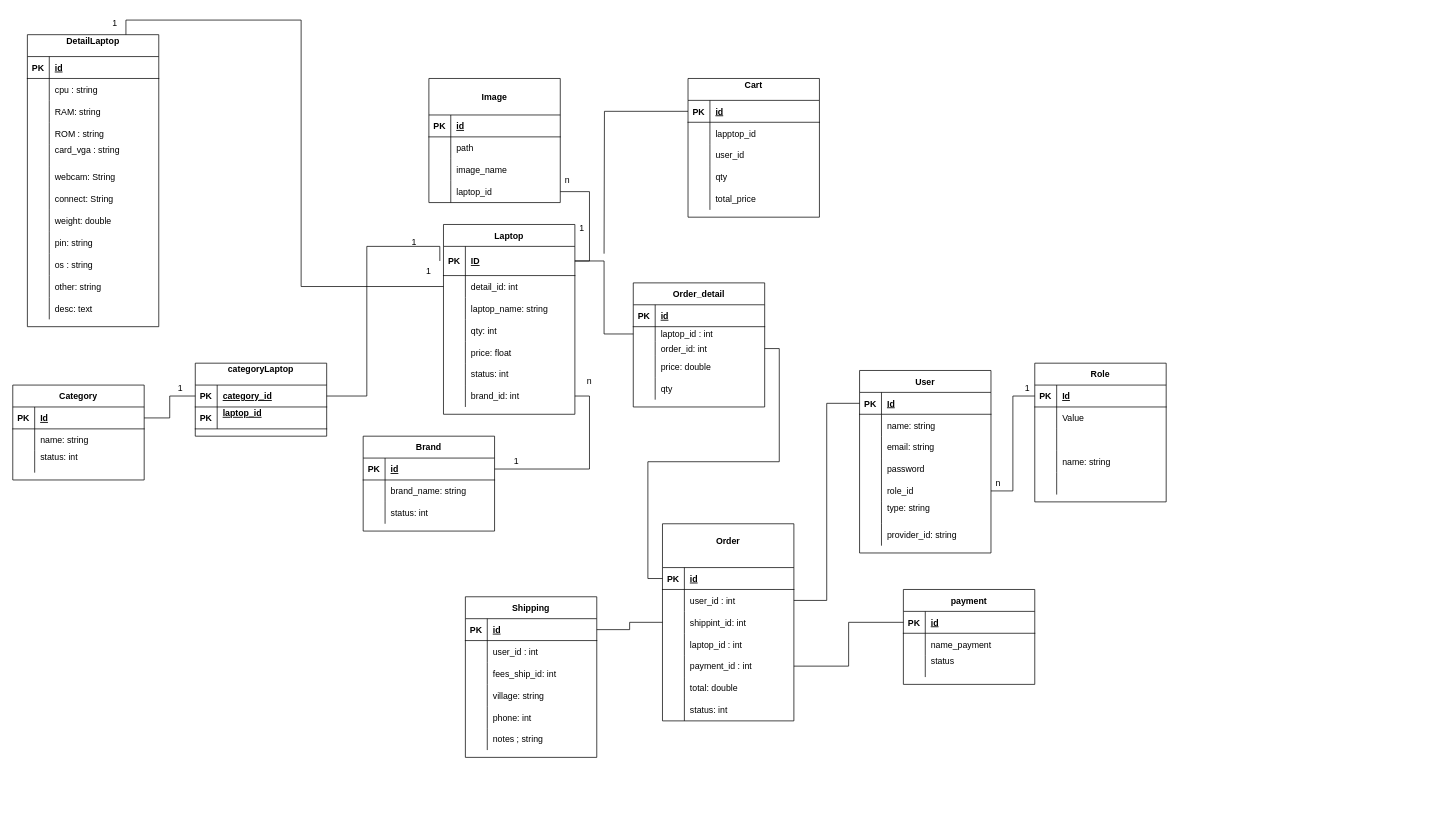
Earlier version of the draw.io diagram diagram_database.drawio (Hanh2k3/api-shopLaptop). Source tidied: cells renumbered, new cells numbered last; positions are measured from the earlier drawing's top-left corner, leaving out a move shared by most shapes. Both pictures are drawn from the tidied source at 73%, with x=0, y=0 at pixel (12, 12).
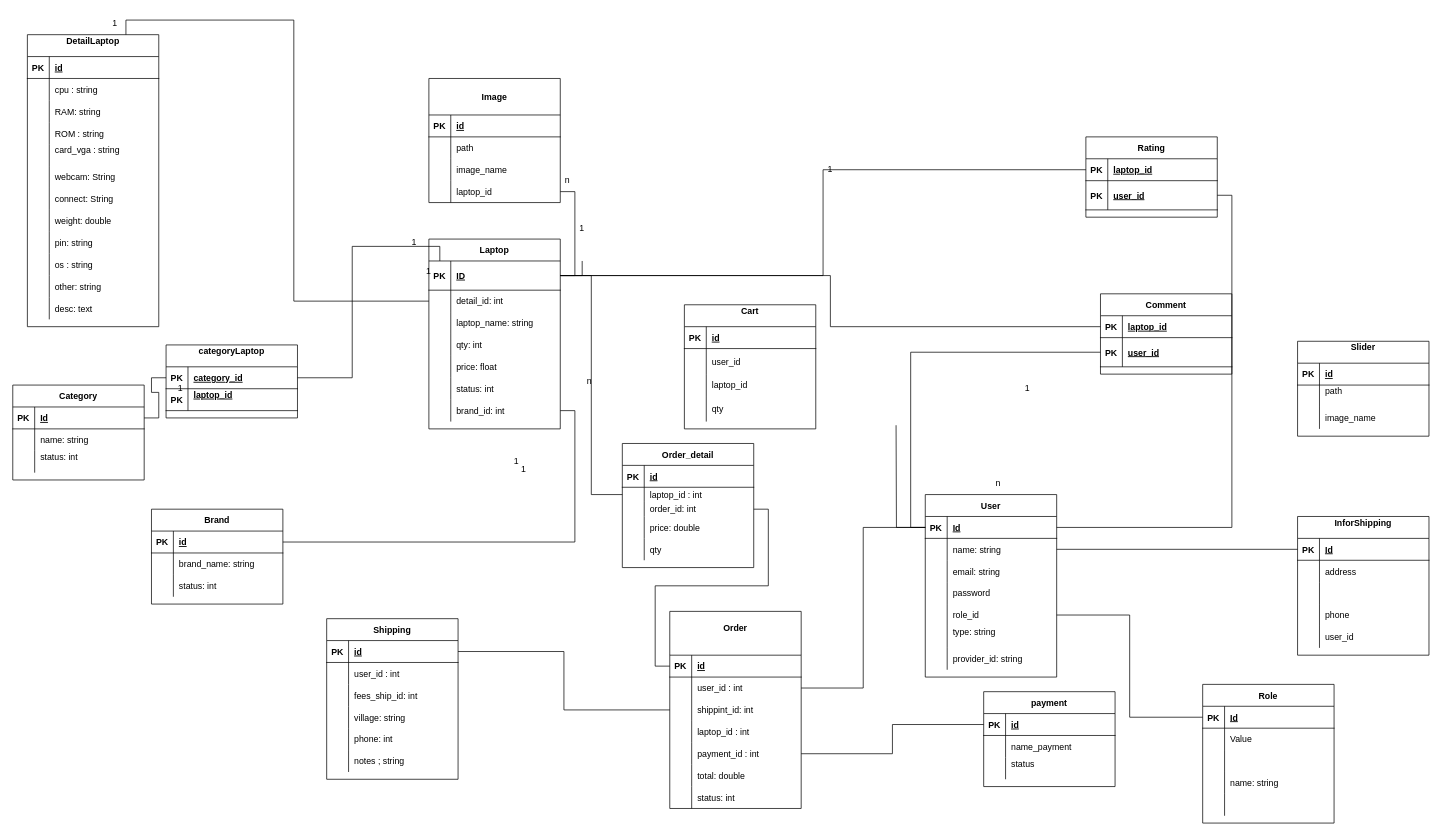
After the change.

Unchanged cells that the change refers to:
```xml
<mxCell id="3" style="shape=partialRectangle;fillColor=none;top=0;left=0;bottom=1;right=0;points=[[0,0.5],[1,0.5]];portConstraint=eastwest;" parent="2" vertex="1">
  <mxGeometry y="30" width="180" height="30" as="geometry" />
</mxCell>
<mxCell id="6" style="shape=partialRectangle;fillColor=none;top=0;left=0;bottom=0;right=0;points=[[0,0.5],[1,0.5]];portConstraint=eastwest;" parent="2" vertex="1">
  <mxGeometry y="60" width="180" height="30" as="geometry" />
</mxCell>
<mxCell id="41" style="shape=partialRectangle;fillColor=none;top=0;left=0;bottom=1;right=0;points=[[0,0.5],[1,0.5]];portConstraint=eastwest;" parent="40" vertex="1">
  <mxGeometry y="30" width="180" height="30" as="geometry" />
</mxCell>
<mxCell id="77" style="shape=partialRectangle;fillColor=none;top=0;left=0;bottom=1;right=0;points=[[0,0.5],[1,0.5]];portConstraint=eastwest;" parent="76" vertex="1">
  <mxGeometry y="30" width="180" height="40" as="geometry" />
</mxCell>
```

Diff of the diagram source:
```diff
@@
     <mxCell id="2" value="User" style="shape=table;startSize=30;childLayout=tableLayout;rowLines=0;fontStyle=1;align=center;" parent="1" vertex="1">
-      <mxGeometry x="1160" y="490" width="180" height="250" as="geometry" />
+      <mxGeometry x="1250" y="660" width="180" height="250" as="geometry" />
     </mxCell>
@@
     <mxCell id="24" value="Role" style="shape=table;startSize=30;childLayout=tableLayout;rowLines=0;fontStyle=1;align=center;" parent="1" vertex="1">
-      <mxGeometry x="1400" y="480" width="180" height="190" as="geometry" />
+      <mxGeometry x="1630" y="920" width="180" height="190" as="geometry" />
     </mxCell>
@@
     <mxCell id="40" value="Cart&#10;" style="shape=table;startSize=30;childLayout=tableLayout;rowLines=0;fontStyle=1;align=center;" parent="1" vertex="1">
-      <mxGeometry x="925" y="90" width="180" height="190" as="geometry" />
+      <mxGeometry x="920" y="400" width="180" height="170" as="geometry" />
     </mxCell>
@@
     <mxCell id="44" style="shape=partialRectangle;fillColor=none;top=0;left=0;bottom=0;right=0;" parent="40" vertex="1">
-      <mxGeometry y="60" width="180" height="30" as="geometry" />
+      <mxGeometry y="60" width="180" height="35" as="geometry" />
     </mxCell>
     <mxCell id="45" style="shape=partialRectangle;fillColor=none;top=0;left=0;bottom=0;right=0;overflow=hidden;" parent="44" vertex="1">
-      <mxGeometry width="30" height="30" as="geometry" />
+      <mxGeometry width="30" height="35" as="geometry" />
     </mxCell>
-    <mxCell id="46" value="lapptop_id" style="shape=partialRectangle;fillColor=none;top=0;left=0;bottom=0;right=0;align=left;spacingLeft=6;overflow=hidden;" parent="44" vertex="1">
-      <mxGeometry x="30" width="150" height="30" as="geometry" />
+    <mxCell id="46" value="user_id" style="shape=partialRectangle;fillColor=none;top=0;left=0;bottom=0;right=0;align=left;spacingLeft=6;overflow=hidden;" parent="44" vertex="1">
+      <mxGeometry x="30" width="150" height="35" as="geometry" />
     </mxCell>
-    <mxCell id="47" style="shape=partialRectangle;fillColor=none;top=0;left=0;bottom=0;right=0;" parent="40" vertex="1">
-      <mxGeometry y="90" width="180" height="30" as="geometry" />
-    </mxCell>
-    <mxCell id="48" style="shape=partialRectangle;fillColor=none;top=0;left=0;bottom=0;right=0;overflow=hidden;" parent="47" vertex="1">
-      <mxGeometry width="30" height="30" as="geometry" />
-    </mxCell>
-    <mxCell id="49" value="user_id" style="shape=partialRectangle;fillColor=none;top=0;left=0;bottom=0;right=0;align=left;spacingLeft=6;overflow=hidden;" parent="47" vertex="1">
-      <mxGeometry x="30" width="150" height="30" as="geometry" />
-    </mxCell>
-    <mxCell id="50" style="shape=partialRectangle;fillColor=none;top=0;left=0;bottom=0;right=0;" parent="40" vertex="1">
-      <mxGeometry y="120" width="180" height="30" as="geometry" />
-    </mxCell>
-    <mxCell id="51" style="shape=partialRectangle;fillColor=none;top=0;left=0;bottom=0;right=0;overflow=hidden;" parent="50" vertex="1">
-      <mxGeometry width="30" height="30" as="geometry" />
-    </mxCell>
+    <mxCell id="244" style="shape=partialRectangle;fillColor=none;top=0;left=0;bottom=0;right=0;" parent="40" vertex="1">
+      <mxGeometry y="95" width="180" height="30" as="geometry" />
+    </mxCell>
+    <mxCell id="245" style="shape=partialRectangle;fillColor=none;top=0;left=0;bottom=0;right=0;overflow=hidden;" parent="244" vertex="1">
+      <mxGeometry width="30" height="30" as="geometry" />
+    </mxCell>
+    <mxCell id="246" value="laptop_id" style="shape=partialRectangle;fillColor=none;top=0;left=0;bottom=0;right=0;align=left;spacingLeft=6;overflow=hidden;" parent="244" vertex="1">
+      <mxGeometry x="30" width="150" height="30" as="geometry" />
+    </mxCell>
+    <mxCell id="247" style="shape=partialRectangle;fillColor=none;top=0;left=0;bottom=0;right=0;" parent="40" vertex="1">
+      <mxGeometry y="125" width="180" height="35" as="geometry" />
+    </mxCell>
+    <mxCell id="248" style="shape=partialRectangle;fillColor=none;top=0;left=0;bottom=0;right=0;overflow=hidden;" parent="247" vertex="1">
+      <mxGeometry width="30" height="35" as="geometry" />
+    </mxCell>
-    <mxCell id="52" value="qty" style="shape=partialRectangle;fillColor=none;top=0;left=0;bottom=0;right=0;align=left;spacingLeft=6;overflow=hidden;" parent="50" vertex="1">
-      <mxGeometry x="30" width="150" height="30" as="geometry" />
+    <mxCell id="52" value="qty" style="shape=partialRectangle;fillColor=none;top=0;left=0;bottom=0;right=0;align=left;spacingLeft=6;overflow=hidden;" parent="247" vertex="1">
+      <mxGeometry x="30" width="150" height="35" as="geometry" />
     </mxCell>
-    <mxCell id="53" style="shape=partialRectangle;fillColor=none;top=0;left=0;bottom=0;right=0;" parent="40" vertex="1">
-      <mxGeometry y="150" width="180" height="30" as="geometry" />
-    </mxCell>
-    <mxCell id="54" style="shape=partialRectangle;fillColor=none;top=0;left=0;bottom=0;right=0;overflow=hidden;" parent="53" vertex="1">
-      <mxGeometry width="30" height="30" as="geometry" />
-    </mxCell>
-    <mxCell id="55" value="total_price" style="shape=partialRectangle;fillColor=none;top=0;left=0;bottom=0;right=0;align=left;spacingLeft=6;overflow=hidden;" parent="53" vertex="1">
-      <mxGeometry x="30" width="150" height="30" as="geometry" />
-    </mxCell>
     <mxCell id="56" value="Brand" style="shape=table;startSize=30;childLayout=tableLayout;rowLines=0;fontStyle=1;align=center;" parent="1" vertex="1">
-      <mxGeometry x="480" y="580" width="180" height="130" as="geometry" />
+      <mxGeometry x="190" y="680" width="180" height="130" as="geometry" />
     </mxCell>
@@
     <mxCell id="76" value="Laptop" style="shape=table;startSize=30;childLayout=tableLayout;rowLines=0;fontStyle=1;align=center;" parent="1" vertex="1">
-      <mxGeometry x="590" y="290" width="180" height="260" as="geometry" />
+      <mxGeometry x="570" y="310" width="180" height="260" as="geometry" />
     </mxCell>
@@
     <mxCell id="135" value="Order&#10;" style="shape=table;startSize=60;childLayout=tableLayout;rowLines=0;fontStyle=1;align=center;" parent="1" vertex="1">
-      <mxGeometry x="890" y="700" width="180" height="270" as="geometry" />
+      <mxGeometry x="900" y="820" width="180" height="270" as="geometry" />
     </mxCell>
@@
     <mxCell id="157" value="Order_detail" style="shape=table;startSize=30;childLayout=tableLayout;rowLines=0;fontStyle=1;align=center;" parent="1" vertex="1">
-      <mxGeometry x="850" y="370" width="180" height="170" as="geometry" />
+      <mxGeometry x="835" y="590" width="180" height="170" as="geometry" />
     </mxCell>
@@
     <mxCell id="173" value="payment" style="shape=table;startSize=30;childLayout=tableLayout;rowLines=0;fontStyle=1;align=center;" parent="1" vertex="1">
-      <mxGeometry x="1220" y="790" width="180" height="130" as="geometry" />
+      <mxGeometry x="1330" y="930" width="180" height="130" as="geometry" />
     </mxCell>
@@
     <mxCell id="183" value="Shipping" style="shape=table;startSize=30;childLayout=tableLayout;rowLines=0;fontStyle=1;align=center;" parent="1" vertex="1">
-      <mxGeometry x="620" y="800" width="180" height="220" as="geometry" />
+      <mxGeometry x="430" y="830" width="180" height="220" as="geometry" />
     </mxCell>
@@
     <mxCell id="215" value="categoryLaptop&#10;" style="shape=table;startSize=30;childLayout=tableLayout;rowLines=0;fontStyle=1;align=center;" parent="1" vertex="1">
-      <mxGeometry x="250" y="480" width="180" height="100" as="geometry" />
+      <mxGeometry x="210" y="455" width="180" height="100" as="geometry" />
     </mxCell>
@@
-    <mxCell id="223" style="edgeStyle=orthogonalEdgeStyle;rounded=0;jettySize=auto;html=1;exitX=0;exitY=0.5;exitDx=0;exitDy=0;endArrow=none;endFill=0;" parent="1" edge="1" source="41">
-      <mxGeometry relative="1" as="geometry">
-        <mxPoint x="810" y="330" as="targetPoint" />
-      </mxGeometry>
-    </mxCell>
@@
+    <mxCell id="249" value="Slider&#10;" style="shape=table;startSize=30;childLayout=tableLayout;rowLines=0;fontStyle=1;align=center;" parent="1" vertex="1">
+      <mxGeometry x="1760" y="450" width="180" height="130" as="geometry" />
+    </mxCell>
+    <mxCell id="250" style="shape=partialRectangle;fillColor=none;top=0;left=0;bottom=1;right=0;" parent="249" vertex="1">
+      <mxGeometry y="30" width="180" height="30" as="geometry" />
+    </mxCell>
+    <mxCell id="251" value="PK" style="shape=partialRectangle;fillColor=none;top=0;left=0;bottom=0;right=0;fontStyle=1;overflow=hidden;" parent="250" vertex="1">
+      <mxGeometry width="30" height="30" as="geometry" />
+    </mxCell>
+    <mxCell id="252" value="id" style="shape=partialRectangle;fillColor=none;top=0;left=0;bottom=0;right=0;align=left;spacingLeft=6;fontStyle=5;overflow=hidden;" parent="250" vertex="1">
+      <mxGeometry x="30" width="150" height="30" as="geometry" />
+    </mxCell>
+    <mxCell id="253" style="shape=partialRectangle;fillColor=none;top=0;left=0;bottom=0;right=0;" parent="249" vertex="1">
+      <mxGeometry y="60" width="180" height="30" as="geometry" />
+    </mxCell>
+    <mxCell id="254" style="shape=partialRectangle;fillColor=none;top=0;left=0;bottom=0;right=0;overflow=hidden;" parent="253" vertex="1">
+      <mxGeometry width="30" height="30" as="geometry" />
+    </mxCell>
+    <mxCell id="255" value="path&#10;" style="shape=partialRectangle;fillColor=none;top=0;left=0;bottom=0;right=0;align=left;spacingLeft=6;overflow=hidden;" parent="253" vertex="1">
+      <mxGeometry x="30" width="150" height="30" as="geometry" />
+    </mxCell>
+    <mxCell id="256" style="shape=partialRectangle;fillColor=none;top=0;left=0;bottom=0;right=0;" parent="249" vertex="1">
+      <mxGeometry y="90" width="180" height="30" as="geometry" />
+    </mxCell>
+    <mxCell id="257" style="shape=partialRectangle;fillColor=none;top=0;left=0;bottom=0;right=0;overflow=hidden;" parent="256" vertex="1">
+      <mxGeometry width="30" height="30" as="geometry" />
+    </mxCell>
+    <mxCell id="258" value="image_name" style="shape=partialRectangle;fillColor=none;top=0;left=0;bottom=0;right=0;align=left;spacingLeft=6;overflow=hidden;" parent="256" vertex="1">
+      <mxGeometry x="30" width="150" height="30" as="geometry" />
+    </mxCell>
+    <mxCell id="259" value="Comment" style="shape=table;startSize=30;childLayout=tableLayout;rowLines=0;fontStyle=1;align=center;" parent="1" vertex="1">
+      <mxGeometry x="1490" y="385" width="180" height="110" as="geometry" />
+    </mxCell>
+    <mxCell id="260" style="shape=partialRectangle;fillColor=none;top=0;left=0;bottom=1;right=0;points=[[0,0.5],[1,0.5]];portConstraint=eastwest;" parent="259" vertex="1">
+      <mxGeometry y="30" width="180" height="30" as="geometry" />
+    </mxCell>
+    <mxCell id="261" value="PK" style="shape=partialRectangle;fillColor=none;top=0;left=0;bottom=0;right=0;fontStyle=1;overflow=hidden;" parent="260" vertex="1">
+      <mxGeometry width="30" height="30" as="geometry" />
+    </mxCell>
+    <mxCell id="262" value="laptop_id" style="shape=partialRectangle;fillColor=none;top=0;left=0;bottom=0;right=0;align=left;spacingLeft=6;fontStyle=5;overflow=hidden;" parent="260" vertex="1">
+      <mxGeometry x="30" width="150" height="30" as="geometry" />
+    </mxCell>
+    <mxCell id="263" style="shape=partialRectangle;fillColor=none;top=0;left=0;bottom=1;right=0;points=[[0,0.5],[1,0.5]];portConstraint=eastwest;" parent="259" vertex="1">
+      <mxGeometry y="60" width="180" height="40" as="geometry" />
+    </mxCell>
+    <mxCell id="264" value="PK" style="shape=partialRectangle;fillColor=none;top=0;left=0;bottom=0;right=0;fontStyle=1;overflow=hidden;" parent="263" vertex="1">
+      <mxGeometry width="30" height="40" as="geometry" />
+    </mxCell>
+    <mxCell id="265" value="user_id" style="shape=partialRectangle;fillColor=none;top=0;left=0;bottom=0;right=0;align=left;spacingLeft=6;fontStyle=5;overflow=hidden;" parent="263" vertex="1">
+      <mxGeometry x="30" width="150" height="40" as="geometry" />
+    </mxCell>
+    <mxCell id="266" value="Rating" style="shape=table;startSize=30;childLayout=tableLayout;rowLines=0;fontStyle=1;align=center;" parent="1" vertex="1">
+      <mxGeometry x="1470" y="170" width="180" height="110" as="geometry" />
+    </mxCell>
+    <mxCell id="267" style="shape=partialRectangle;fillColor=none;top=0;left=0;bottom=1;right=0;points=[[0,0.5],[1,0.5]];portConstraint=eastwest;" parent="266" vertex="1">
+      <mxGeometry y="30" width="180" height="30" as="geometry" />
+    </mxCell>
+    <mxCell id="268" value="PK" style="shape=partialRectangle;fillColor=none;top=0;left=0;bottom=0;right=0;fontStyle=1;overflow=hidden;" parent="267" vertex="1">
+      <mxGeometry width="30" height="30" as="geometry" />
+    </mxCell>
+    <mxCell id="269" value="laptop_id" style="shape=partialRectangle;fillColor=none;top=0;left=0;bottom=0;right=0;align=left;spacingLeft=6;fontStyle=5;overflow=hidden;" parent="267" vertex="1">
+      <mxGeometry x="30" width="150" height="30" as="geometry" />
+    </mxCell>
+    <mxCell id="270" style="shape=partialRectangle;fillColor=none;top=0;left=0;bottom=1;right=0;points=[[0,0.5],[1,0.5]];portConstraint=eastwest;" parent="266" vertex="1">
+      <mxGeometry y="60" width="180" height="40" as="geometry" />
+    </mxCell>
+    <mxCell id="271" value="PK" style="shape=partialRectangle;fillColor=none;top=0;left=0;bottom=0;right=0;fontStyle=1;overflow=hidden;" parent="270" vertex="1">
+      <mxGeometry width="30" height="40" as="geometry" />
+    </mxCell>
+    <mxCell id="272" value="user_id" style="shape=partialRectangle;fillColor=none;top=0;left=0;bottom=0;right=0;align=left;spacingLeft=6;fontStyle=5;overflow=hidden;" parent="270" vertex="1">
+      <mxGeometry x="30" width="150" height="40" as="geometry" />
+    </mxCell>
+    <mxCell id="273" style="edgeStyle=orthogonalEdgeStyle;rounded=0;jettySize=auto;html=1;exitX=0;exitY=0.5;exitDx=0;exitDy=0;entryX=0;entryY=0.5;entryDx=0;entryDy=0;endArrow=none;endFill=0;" parent="1" edge="1" source="263" target="3">
+      <mxGeometry relative="1" as="geometry" />
+    </mxCell>
+    <mxCell id="274" style="edgeStyle=orthogonalEdgeStyle;rounded=0;jettySize=auto;html=1;exitX=0;exitY=0.5;exitDx=0;exitDy=0;endArrow=none;endFill=0;entryX=1;entryY=0.5;entryDx=0;entryDy=0;" parent="1" edge="1" source="260" target="77">
+      <mxGeometry relative="1" as="geometry" />
+    </mxCell>
+    <mxCell id="275" style="edgeStyle=orthogonalEdgeStyle;rounded=0;jettySize=auto;html=1;exitX=1;exitY=0.5;exitDx=0;exitDy=0;entryX=1;entryY=0.5;entryDx=0;entryDy=0;endArrow=none;endFill=0;" parent="1" edge="1" source="270" target="3">
+      <mxGeometry relative="1" as="geometry" />
+    </mxCell>
+    <mxCell id="276" style="edgeStyle=orthogonalEdgeStyle;rounded=0;jettySize=auto;html=1;exitX=1;exitY=0.5;exitDx=0;exitDy=0;endArrow=none;endFill=0;" parent="1" edge="1" source="77">
+      <mxGeometry relative="1" as="geometry">
+        <mxPoint x="780" y="340" as="targetPoint" />
+      </mxGeometry>
+    </mxCell>
+    <mxCell id="277" style="edgeStyle=orthogonalEdgeStyle;rounded=0;jettySize=auto;html=1;exitX=0;exitY=0.5;exitDx=0;exitDy=0;entryX=1;entryY=0.5;entryDx=0;entryDy=0;endArrow=none;endFill=0;" parent="1" edge="1" source="267" target="77">
+      <mxGeometry relative="1" as="geometry" />
+    </mxCell>
+    <mxCell id="278" value="1" style="text;html=1;strokeColor=none;fillColor=none;align=center;verticalAlign=middle;whiteSpace=wrap;rounded=0;" parent="1" vertex="1">
+      <mxGeometry x="1090" y="200" width="60" height="30" as="geometry" />
+    </mxCell>
+    <mxCell id="279" value="1" style="text;html=1;strokeColor=none;fillColor=none;align=center;verticalAlign=middle;whiteSpace=wrap;rounded=0;" parent="1" vertex="1">
+      <mxGeometry x="670" y="610" width="60" height="30" as="geometry" />
+    </mxCell>
+    <mxCell id="280" style="edgeStyle=orthogonalEdgeStyle;rounded=0;jettySize=auto;html=1;exitX=0;exitY=0.5;exitDx=0;exitDy=0;entryX=1;entryY=0.5;entryDx=0;entryDy=0;endArrow=none;endFill=0;" parent="1" edge="1" source="3">
+      <mxGeometry relative="1" as="geometry">
+        <mxPoint x="1210" y="565" as="targetPoint" />
+      </mxGeometry>
+    </mxCell>
+    <mxCell id="281" value="InforShipping&#10;" style="shape=table;startSize=30;childLayout=tableLayout;rowLines=0;fontStyle=1;align=center;" parent="1" vertex="1">
+      <mxGeometry x="1760" y="690" width="180" height="190" as="geometry" />
+    </mxCell>
+    <mxCell id="282" style="shape=partialRectangle;fillColor=none;top=0;left=0;bottom=1;right=0;points=[[0,0.5],[1,0.5]];portConstraint=eastwest;" parent="281" vertex="1">
+      <mxGeometry y="30" width="180" height="30" as="geometry" />
+    </mxCell>
+    <mxCell id="283" value="PK" style="shape=partialRectangle;fillColor=none;top=0;left=0;bottom=0;right=0;fontStyle=1;overflow=hidden;" parent="282" vertex="1">
+      <mxGeometry width="30" height="30" as="geometry" />
+    </mxCell>
+    <mxCell id="284" value="Id" style="shape=partialRectangle;fillColor=none;top=0;left=0;bottom=0;right=0;align=left;spacingLeft=6;fontStyle=5;overflow=hidden;" parent="282" vertex="1">
+      <mxGeometry x="30" width="150" height="30" as="geometry" />
+    </mxCell>
+    <mxCell id="285" style="shape=partialRectangle;fillColor=none;top=0;left=0;bottom=0;right=0;" parent="281" vertex="1">
+      <mxGeometry y="60" width="180" height="30" as="geometry" />
+    </mxCell>
+    <mxCell id="286" style="shape=partialRectangle;fillColor=none;top=0;left=0;bottom=0;right=0;overflow=hidden;" parent="285" vertex="1">
+      <mxGeometry width="30" height="30" as="geometry" />
+    </mxCell>
+    <mxCell id="287" value="address" style="shape=partialRectangle;fillColor=none;top=0;left=0;bottom=0;right=0;align=left;spacingLeft=6;overflow=hidden;" parent="285" vertex="1">
+      <mxGeometry x="30" width="150" height="30" as="geometry" />
+    </mxCell>
+    <mxCell id="288" style="shape=partialRectangle;fillColor=none;top=0;left=0;bottom=0;right=0;" parent="281" vertex="1">
+      <mxGeometry y="90" width="180" height="30" as="geometry" />
+    </mxCell>
+    <mxCell id="289" style="shape=partialRectangle;fillColor=none;top=0;left=0;bottom=0;right=0;overflow=hidden;" parent="288" vertex="1">
+      <mxGeometry width="30" height="30" as="geometry" />
+    </mxCell>
+    <mxCell id="290" style="shape=partialRectangle;fillColor=none;top=0;left=0;bottom=0;right=0;align=left;spacingLeft=6;overflow=hidden;" parent="288" vertex="1">
+      <mxGeometry x="30" width="150" height="30" as="geometry" />
+    </mxCell>
+    <mxCell id="50" style="shape=partialRectangle;fillColor=none;top=0;left=0;bottom=0;right=0;" parent="281" vertex="1">
+      <mxGeometry y="120" width="180" height="30" as="geometry" />
+    </mxCell>
+    <mxCell id="291" style="shape=partialRectangle;fillColor=none;top=0;left=0;bottom=0;right=0;overflow=hidden;" parent="50" vertex="1">
+      <mxGeometry width="30" height="30" as="geometry" />
+    </mxCell>
+    <mxCell id="292" value="phone" style="shape=partialRectangle;fillColor=none;top=0;left=0;bottom=0;right=0;align=left;spacingLeft=6;overflow=hidden;" parent="50" vertex="1">
+      <mxGeometry x="30" width="150" height="30" as="geometry" />
+    </mxCell>
+    <mxCell id="53" style="shape=partialRectangle;fillColor=none;top=0;left=0;bottom=0;right=0;" parent="281" vertex="1">
+      <mxGeometry y="150" width="180" height="30" as="geometry" />
+    </mxCell>
+    <mxCell id="293" style="shape=partialRectangle;fillColor=none;top=0;left=0;bottom=0;right=0;overflow=hidden;" parent="53" vertex="1">
+      <mxGeometry width="30" height="30" as="geometry" />
+    </mxCell>
+    <mxCell id="49" value="user_id" style="shape=partialRectangle;fillColor=none;top=0;left=0;bottom=0;right=0;align=left;spacingLeft=6;overflow=hidden;" parent="53" vertex="1">
+      <mxGeometry x="30" width="150" height="30" as="geometry" />
+    </mxCell>
+    <mxCell id="294" style="edgeStyle=orthogonalEdgeStyle;rounded=0;jettySize=auto;html=1;exitX=0;exitY=0.5;exitDx=0;exitDy=0;entryX=1;entryY=0.5;entryDx=0;entryDy=0;endArrow=none;endFill=0;" parent="1" edge="1" source="282" target="6">
+      <mxGeometry relative="1" as="geometry" />
+    </mxCell>
```
